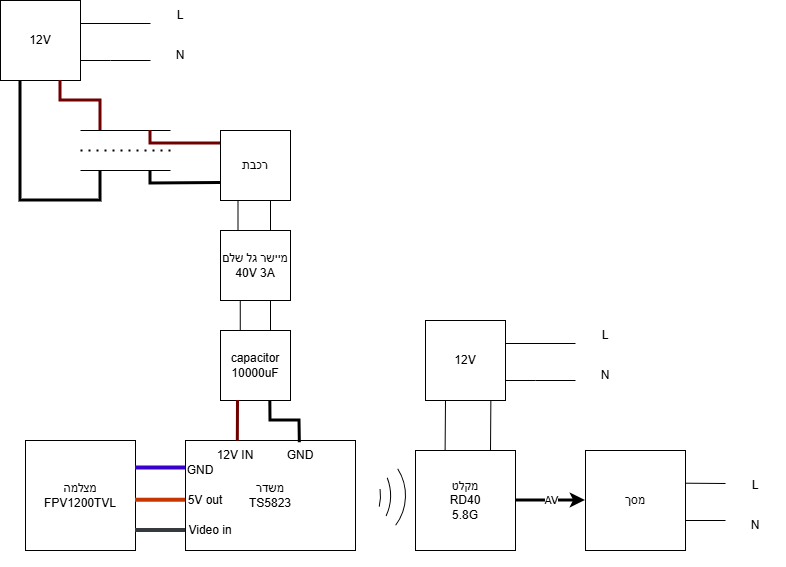
jerusalem-science-museum/leonardo-train-inside keeps this draw.io diagram as תמונות/Train_inside.png. Above is the earlier version. Source tidied: cells renumbered, new cells last; positions are measured from the earlier drawing's top-left corner, leaving out a move shared by most shapes.
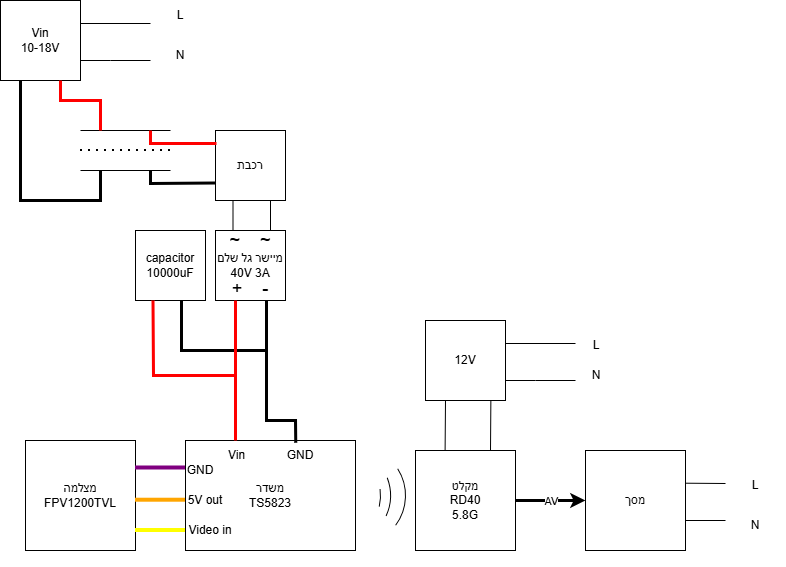
Above is the later version.

Diff of the diagram source:
```diff
@@ -11,13 +11,13 @@
     <mxCell id="4" value="מצלמה&lt;div&gt;FPV1200TVL&lt;/div&gt;" style="whiteSpace=wrap;html=1;" parent="1" vertex="1">
       <mxGeometry x="25" y="440" width="110" height="110" as="geometry" />
     </mxCell>
-    <mxCell id="5" style="endArrow=none;html=1;rounded=0;exitX=1;exitY=0.5;exitDx=0;exitDy=0;strokeColor=#C73500;strokeWidth=4;fillColor=#fa6800;" parent="1" edge="1">
+    <mxCell id="5" style="endArrow=none;html=1;rounded=0;exitX=1;exitY=0.5;exitDx=0;exitDy=0;strokeColor=Orange;strokeWidth=4;fillColor=#fa6800;" parent="1" edge="1">
       <mxGeometry relative="1" as="geometry">
         <mxPoint x="135" y="499.7" as="sourcePoint" />
         <mxPoint x="185" y="499.7" as="targetPoint" />
       </mxGeometry>
     </mxCell>
-    <mxCell id="6" style="endArrow=none;html=1;rounded=0;exitX=1;exitY=0.25;exitDx=0;exitDy=0;entryX=0;entryY=0.25;entryDx=0;entryDy=0;fillColor=#6a00ff;strokeColor=light-dark(#3700CC,#4C0099);strokeWidth=4;" parent="1" edge="1" source="4">
+    <mxCell id="6" style="endArrow=none;html=1;rounded=0;exitX=1;exitY=0.25;exitDx=0;exitDy=0;entryX=0;entryY=0.25;entryDx=0;entryDy=0;fillColor=#6a00ff;strokeColor=Purple;strokeWidth=4;" parent="1" edge="1" source="4">
       <mxGeometry relative="1" as="geometry">
         <mxPoint x="185" y="467.5" as="targetPoint" />
       </mxGeometry>
@@ -32,7 +32,7 @@
       <mxGeometry x="185" y="455" width="30" height="30" as="geometry" />
     </mxCell>
     <mxCell id="10" value="רכבת" style="whiteSpace=wrap;html=1;" parent="1" vertex="1">
-      <mxGeometry x="220" y="130" width="70" height="70" as="geometry" />
+      <mxGeometry x="215" y="130" width="70" height="70" as="geometry" />
     </mxCell>
     <mxCell id="11" style="endArrow=none;html=1;rounded=0;" parent="1" edge="1">
       <mxGeometry relative="1" as="geometry">
@@ -60,9 +60,9 @@
         </Array>
       </mxGeometry>
     </mxCell>
-    <mxCell id="15" style="endArrow=none;html=1;rounded=0;exitX=0;exitY=0.75;exitDx=0;exitDy=0;fillColor=#a20025;strokeColor=light-dark(#6F0000, #ff0000);strokeWidth=3;" parent="1" edge="1">
+    <mxCell id="15" style="endArrow=none;html=1;rounded=0;fillColor=#a20025;strokeColor=Red;strokeWidth=3;" parent="1" edge="1">
       <mxGeometry relative="1" as="geometry">
-        <mxPoint x="220" y="143" as="sourcePoint" />
+        <mxPoint x="216" y="143" as="sourcePoint" />
         <mxPoint x="150" y="130" as="targetPoint" />
         <Array as="points">
           <mxPoint x="190" y="143" />
@@ -73,10 +73,10 @@
     <mxCell id="16" value="GND" style="text;html=1;whiteSpace=wrap;strokeColor=none;fillColor=none;align=center;verticalAlign=middle;rounded=0;" parent="1" vertex="1">
       <mxGeometry x="285" y="440" width="30" height="30" as="geometry" />
     </mxCell>
-    <mxCell id="17" value="12V IN" style="text;html=1;whiteSpace=wrap;strokeColor=none;fillColor=none;align=center;verticalAlign=middle;rounded=0;" parent="1" vertex="1">
-      <mxGeometry x="215" y="440" width="40" height="30" as="geometry" />
+    <mxCell id="17" value="Vin" style="text;html=1;whiteSpace=wrap;strokeColor=none;fillColor=none;align=center;verticalAlign=middle;rounded=0;" parent="1" vertex="1">
+      <mxGeometry x="215" y="445" width="43" height="20" as="geometry" />
     </mxCell>
-    <mxCell id="18" style="endArrow=none;html=1;rounded=0;entryX=0;entryY=0.5;entryDx=0;entryDy=0;strokeWidth=4;fillColor=#f9f7ed;strokeColor=#36393d;" parent="1" edge="1" target="7">
+    <mxCell id="18" style="endArrow=none;html=1;rounded=0;entryX=0;entryY=0.5;entryDx=0;entryDy=0;strokeWidth=4;fillColor=#f9f7ed;strokeColor=Yellow;" parent="1" edge="1" target="7">
       <mxGeometry relative="1" as="geometry">
         <mxPoint x="135" y="530" as="sourcePoint" />
       </mxGeometry>
@@ -123,10 +123,10 @@
       </mxGeometry>
     </mxCell>
     <mxCell id="27" value="L" style="text;html=1;whiteSpace=wrap;strokeColor=none;fillColor=none;align=center;verticalAlign=middle;rounded=0;" parent="1" vertex="1">
-      <mxGeometry x="575" y="320" width="60" height="30" as="geometry" />
+      <mxGeometry x="566" y="330" width="60" height="30" as="geometry" />
     </mxCell>
     <mxCell id="28" value="N" style="text;html=1;whiteSpace=wrap;strokeColor=none;fillColor=none;align=center;verticalAlign=middle;rounded=0;" parent="1" vertex="1">
-      <mxGeometry x="575" y="360" width="60" height="30" as="geometry" />
+      <mxGeometry x="566" y="360" width="60" height="30" as="geometry" />
     </mxCell>
     <mxCell id="29" style="endArrow=none;html=1;rounded=0;exitX=0.296;exitY=0.003;exitDx=0;exitDy=0;entryX=0.25;entryY=1;entryDx=0;entryDy=0;exitPerimeter=0;" parent="1" edge="1" source="19" target="24">
       <mxGeometry relative="1" as="geometry" />
@@ -151,7 +151,7 @@
     <mxCell id="35" style="verticalLabelPosition=bottom;verticalAlign=top;html=1;shape=mxgraph.basic.arc;startAngle=0.284802243636532;endAngle=0.4767131986640852;rotation=-45;" parent="1" vertex="1">
       <mxGeometry x="305" y="445" width="100" height="100" as="geometry" />
     </mxCell>
-    <mxCell id="36" value="12V" style="whiteSpace=wrap;html=1;" parent="1" vertex="1">
+    <mxCell id="36" value="Vin&lt;div&gt;10-18V&lt;/div&gt;" style="whiteSpace=wrap;html=1;" parent="1" vertex="1">
       <mxGeometry width="80" height="80" as="geometry" />
     </mxCell>
     <mxCell id="37" style="endArrow=none;html=1;rounded=0;exitX=0.995;exitY=0.327;exitDx=0;exitDy=0;exitPerimeter=0;" parent="1" edge="1">
@@ -184,7 +184,7 @@
         </Array>
       </mxGeometry>
     </mxCell>
-    <mxCell id="42" style="endArrow=none;html=1;rounded=0;fillColor=#a20025;strokeColor=light-dark(#6F0000, #ff0000);strokeWidth=3;entryX=0.75;entryY=1;entryDx=0;entryDy=0;" parent="1" edge="1" target="36">
+    <mxCell id="42" style="endArrow=none;html=1;rounded=0;fillColor=#a20025;strokeColor=Red;strokeWidth=3;entryX=0.75;entryY=1;entryDx=0;entryDy=0;" parent="1" edge="1" target="36">
       <mxGeometry relative="1" as="geometry">
         <mxPoint x="100" y="130" as="sourcePoint" />
         <Array as="points">
@@ -194,43 +194,62 @@
       </mxGeometry>
     </mxCell>
     <mxCell id="43" value="מיישר גל שלם&lt;div&gt;40V 3A&lt;/div&gt;" style="whiteSpace=wrap;html=1;" parent="1" vertex="1">
-      <mxGeometry x="220" y="230" width="70" height="70" as="geometry" />
+      <mxGeometry x="215" y="230" width="70" height="70" as="geometry" />
     </mxCell>
     <mxCell id="44" value="capacitor&lt;div&gt;10000uF&lt;/div&gt;" style="whiteSpace=wrap;html=1;" parent="1" vertex="1">
-      <mxGeometry x="220" y="330" width="70" height="70" as="geometry" />
+      <mxGeometry x="135" y="230" width="70" height="70" as="geometry" />
     </mxCell>
     <mxCell id="45" style="endArrow=none;html=1;rounded=0;exitX=0.25;exitY=0;exitDx=0;exitDy=0;entryX=0.25;entryY=1;entryDx=0;entryDy=0;" parent="1" edge="1" source="43" target="10">
       <mxGeometry relative="1" as="geometry" />
     </mxCell>
-    <mxCell id="46" style="endArrow=none;html=1;rounded=0;exitX=0.25;exitY=0;exitDx=0;exitDy=0;entryX=0.25;entryY=1;entryDx=0;entryDy=0;" parent="1" edge="1">
-      <mxGeometry relative="1" as="geometry">
-        <mxPoint x="239.8" y="330" as="sourcePoint" />
-        <mxPoint x="239.8" y="300" as="targetPoint" />
-      </mxGeometry>
-    </mxCell>
     <mxCell id="47" style="endArrow=none;html=1;rounded=0;exitX=0.25;exitY=0;exitDx=0;exitDy=0;entryX=0.25;entryY=1;entryDx=0;entryDy=0;" parent="1" edge="1">
       <mxGeometry relative="1" as="geometry">
         <mxPoint x="270" y="230" as="sourcePoint" />
         <mxPoint x="270" y="200" as="targetPoint" />
       </mxGeometry>
     </mxCell>
-    <mxCell id="48" style="endArrow=none;html=1;rounded=0;exitX=0.25;exitY=0;exitDx=0;exitDy=0;entryX=0.25;entryY=1;entryDx=0;entryDy=0;" parent="1" edge="1">
-      <mxGeometry relative="1" as="geometry">
-        <mxPoint x="270" y="330" as="sourcePoint" />
-        <mxPoint x="270" y="300" as="targetPoint" />
-      </mxGeometry>
-    </mxCell>
-    <mxCell id="49" style="endArrow=none;html=1;rounded=0;exitX=0.478;exitY=0.078;exitDx=0;exitDy=0;exitPerimeter=0;entryX=0.25;entryY=1;entryDx=0;entryDy=0;strokeColor=light-dark(#000000,#000000);strokeWidth=3;" parent="1" edge="1" source="16">
+    <mxCell id="49" style="endArrow=none;html=1;rounded=0;exitX=0.478;exitY=0.078;exitDx=0;exitDy=0;exitPerimeter=0;strokeColor=light-dark(#000000,#000000);strokeWidth=3;" parent="1" edge="1">
       <mxGeometry relative="1" as="geometry">
-        <mxPoint x="269.8" y="400" as="targetPoint" />
+        <mxPoint x="295.3" y="442.3" as="sourcePoint" />
+        <mxPoint x="266" y="300" as="targetPoint" />
         <Array as="points">
-          <mxPoint x="299" y="420" />
-          <mxPoint x="270" y="420" />
+          <mxPoint x="295" y="420" />
+          <mxPoint x="266" y="420" />
         </Array>
       </mxGeometry>
     </mxCell>
-    <mxCell id="50" style="endArrow=none;html=1;rounded=0;exitX=0.25;exitY=1;exitDx=0;exitDy=0;fillColor=#a20025;strokeColor=light-dark(#6F0000, #ff0000);strokeWidth=3;entryX=0.558;entryY=0.022;entryDx=0;entryDy=0;entryPerimeter=0;" parent="1" edge="1" source="44" target="17">
-      <mxGeometry relative="1" as="geometry" />
-    </mxCell>
+    <mxCell id="51" value="&lt;font style=&quot;font-size: 18px;&quot;&gt;~&amp;nbsp; &amp;nbsp; ~&lt;/font&gt;" style="text;html=1;whiteSpace=wrap;strokeColor=none;fillColor=none;align=center;verticalAlign=middle;rounded=0;" parent="1" vertex="1">
+      <mxGeometry x="220" y="225" width="60" height="30" as="geometry" />
+    </mxCell>
+    <mxCell id="52" value="&lt;font style=&quot;font-size: 18px;&quot;&gt;+&amp;nbsp; &amp;nbsp; -&lt;/font&gt;" style="text;html=1;whiteSpace=wrap;strokeColor=none;fillColor=none;align=center;verticalAlign=middle;rounded=0;" parent="1" vertex="1">
+      <mxGeometry x="220" y="280" width="60" height="15" as="geometry" />
+    </mxCell>
+    <mxCell id="53" style="endArrow=none;html=1;rounded=0;strokeColor=light-dark(#000000,#000000);strokeWidth=3;" parent="1" edge="1">
+      <mxGeometry relative="1" as="geometry">
+        <mxPoint x="266" y="350" as="sourcePoint" />
+        <mxPoint x="181" y="300" as="targetPoint" />
+        <Array as="points">
+          <mxPoint x="181" y="350" />
+        </Array>
+      </mxGeometry>
+    </mxCell>
+    <mxCell id="54" style="endArrow=none;html=1;rounded=0;strokeColor=Red;strokeWidth=3;" parent="1" edge="1">
+      <mxGeometry relative="1" as="geometry">
+        <mxPoint x="235" y="440" as="sourcePoint" />
+        <mxPoint x="235" y="300" as="targetPoint" />
+        <Array as="points">
+          <mxPoint x="235" y="420" />
+          <mxPoint x="235" y="360" />
+        </Array>
+      </mxGeometry>
+    </mxCell>
+    <mxCell id="55" style="endArrow=none;html=1;rounded=0;strokeColor=Red;strokeWidth=3;entryX=0.25;entryY=1;entryDx=0;entryDy=0;" parent="1" edge="1" target="44">
+      <mxGeometry relative="1" as="geometry">
+        <mxPoint x="236" y="375" as="sourcePoint" />
+        <Array as="points">
+          <mxPoint x="153" y="375" />
+        </Array>
+      </mxGeometry>
+    </mxCell>
   </root>
 </mxGraphModel>
```
